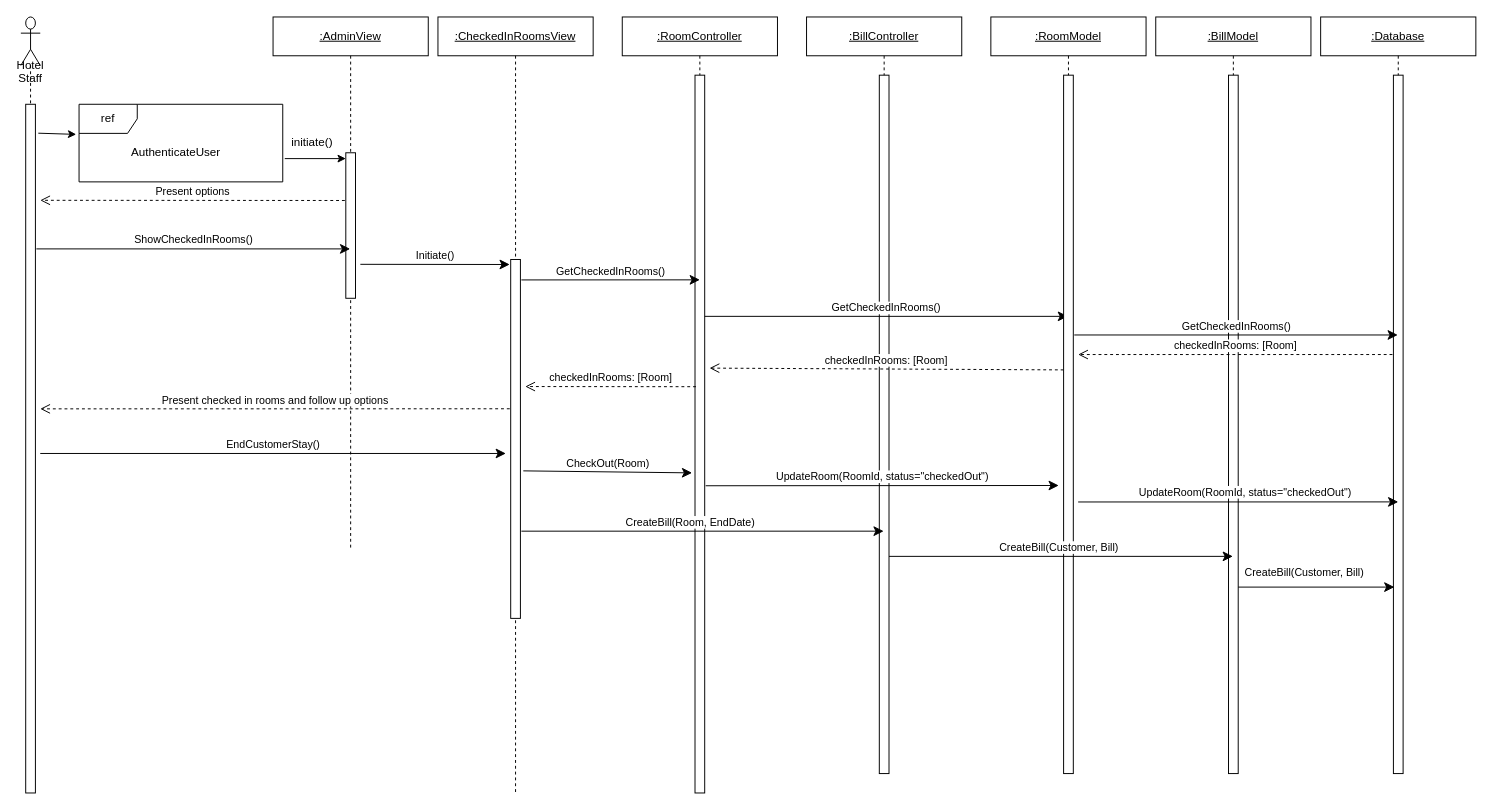
mclhtay/CS4471 keeps this draw.io diagram as Diagrams/Sequence/EndCustomerStay.drawio. Above is the earlier version. Source tidied: cells renumbered, new cells numbered last; positions are measured from the earlier drawing's top-left corner, leaving out a move shared by most shapes. Both pictures are drawn from the tidied source at 97%, with x=0, y=0 at pixel (20, 16).
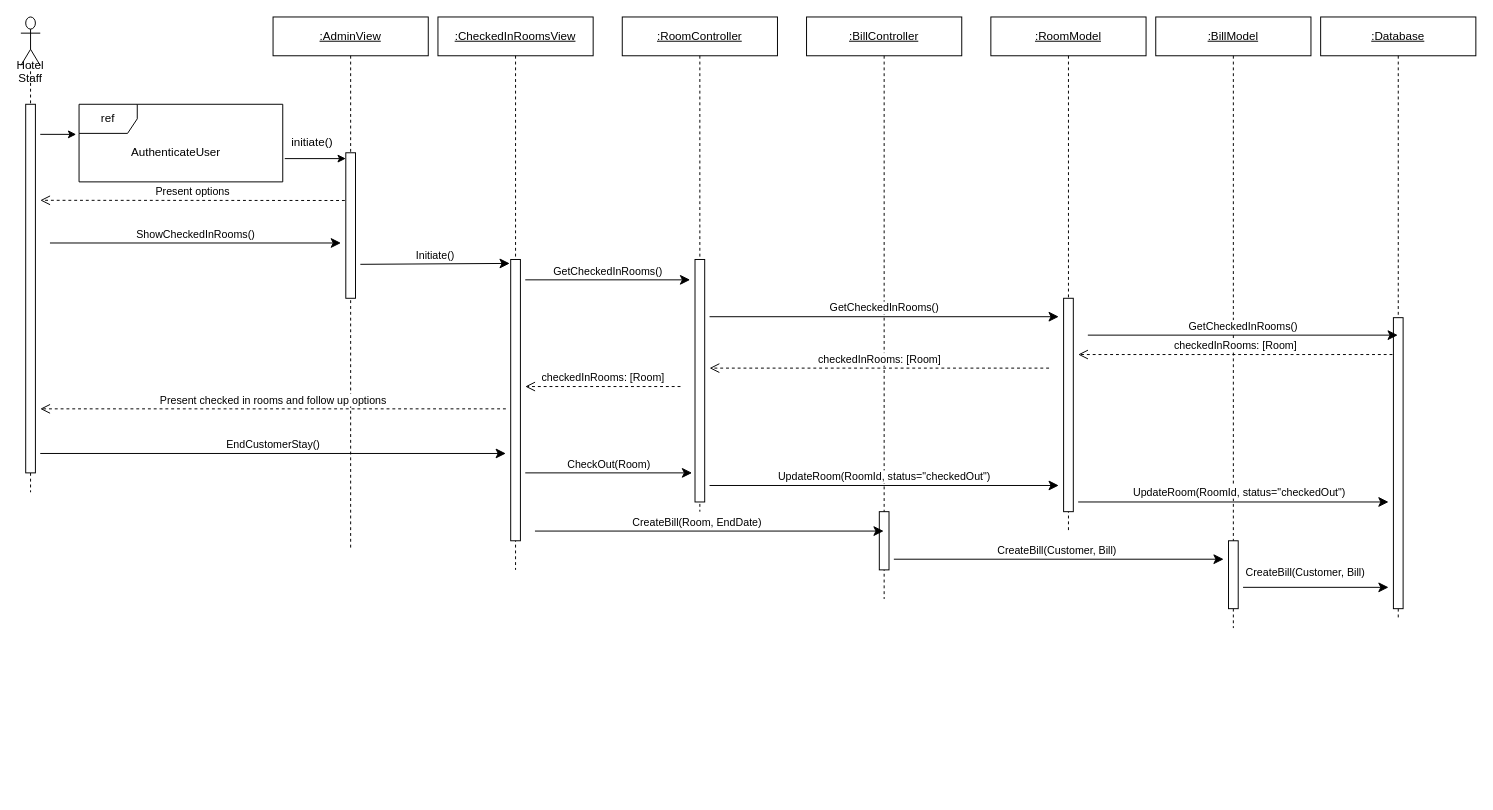
Above is the later version.

The change refers to these unchanged cells:
```xml
<mxCell id="12" value="&lt;u&gt;:AdminView&lt;/u&gt;" style="shape=umlLifeline;perimeter=lifelinePerimeter;whiteSpace=wrap;html=1;outlineConnect=0;" parent="1" vertex="1">
  <mxGeometry x="260" width="160" height="550" as="geometry" />
</mxCell>
<mxCell id="36" value="ref" style="shape=umlFrame;whiteSpace=wrap;html=1;" parent="1" vertex="1">
  <mxGeometry x="60" y="90" width="210" height="80" as="geometry" />
</mxCell>
```

What changed in the source:
```diff
@@
     <mxCell id="2" value="Hotel Staff" style="shape=umlLifeline;participant=umlActor;perimeter=lifelinePerimeter;whiteSpace=wrap;html=1;verticalAlign=top;spacingTop=36;size=50;" parent="1" vertex="1">
-      <mxGeometry width="20" height="800" as="geometry" />
+      <mxGeometry width="20" height="490" as="geometry" />
     </mxCell>
     <mxCell id="3" style="html=1;points=[];perimeter=orthogonalPerimeter;" parent="2" vertex="1">
-      <mxGeometry x="5" y="90" width="10" height="710" as="geometry" />
+      <mxGeometry x="5" y="90" width="10" height="380" as="geometry" />
     </mxCell>
     <mxCell id="4" value="&lt;u&gt;:CheckedInRoomsView&lt;/u&gt;" style="shape=umlLifeline;perimeter=lifelinePerimeter;whiteSpace=wrap;html=1;" parent="1" vertex="1">
-      <mxGeometry x="430" width="160" height="800" as="geometry" />
+      <mxGeometry x="430" width="160" height="570" as="geometry" />
     </mxCell>
     <mxCell id="5" style="html=1;points=[];perimeter=orthogonalPerimeter;" parent="4" vertex="1">
-      <mxGeometry x="75" y="250" width="10" height="370" as="geometry" />
+      <mxGeometry x="75" y="250" width="10" height="290" as="geometry" />
     </mxCell>
     <mxCell id="6" value="&lt;u&gt;:RoomController&lt;/u&gt;" style="shape=umlLifeline;perimeter=lifelinePerimeter;whiteSpace=wrap;html=1;" parent="1" vertex="1">
-      <mxGeometry x="620" width="160" height="800" as="geometry" />
+      <mxGeometry x="620" width="160" height="510" as="geometry" />
     </mxCell>
     <mxCell id="7" style="html=1;points=[];perimeter=orthogonalPerimeter;" parent="6" vertex="1">
-      <mxGeometry x="75" y="60" width="10" height="740" as="geometry" />
+      <mxGeometry x="75" y="250" width="10" height="250" as="geometry" />
     </mxCell>
     <mxCell id="8" value="&lt;u&gt;:BillController&lt;/u&gt;" style="shape=umlLifeline;perimeter=lifelinePerimeter;whiteSpace=wrap;html=1;outlineConnect=0;" parent="1" vertex="1">
-      <mxGeometry x="810" width="160" height="780" as="geometry" />
+      <mxGeometry x="810" width="160" height="600" as="geometry" />
     </mxCell>
     <mxCell id="9" style="html=1;points=[];perimeter=orthogonalPerimeter;" parent="8" vertex="1">
-      <mxGeometry x="75" y="60" width="10" height="720" as="geometry" />
+      <mxGeometry x="75" y="510" width="10" height="60" as="geometry" />
     </mxCell>
     <mxCell id="10" value="&lt;u&gt;:Database&lt;/u&gt;" style="shape=umlLifeline;perimeter=lifelinePerimeter;whiteSpace=wrap;html=1;outlineConnect=0;" parent="1" vertex="1">
-      <mxGeometry x="1340" width="160" height="780" as="geometry" />
+      <mxGeometry x="1340" width="160" height="620" as="geometry" />
     </mxCell>
     <mxCell id="11" style="html=1;points=[];perimeter=orthogonalPerimeter;" parent="10" vertex="1">
-      <mxGeometry x="75" y="60" width="10" height="720" as="geometry" />
+      <mxGeometry x="75" y="310" width="10" height="300" as="geometry" />
     </mxCell>
@@
-    <mxCell id="15" value="ShowCheckedInRooms()" style="html=1;verticalAlign=bottom;endArrow=classic;endSize=8;endFill=1;exitX=1.1;exitY=0.21;exitDx=0;exitDy=0;exitPerimeter=0;" parent="1" edge="1" source="3" target="12">
-      <mxGeometry relative="1" as="geometry" />
+    <mxCell id="15" value="ShowCheckedInRooms()" style="html=1;verticalAlign=bottom;endArrow=classic;endSize=8;endFill=1;" parent="1" edge="1">
+      <mxGeometry relative="1" as="geometry">
+        <mxPoint x="30" y="233" as="sourcePoint" />
+        <mxPoint x="330" y="233" as="targetPoint" />
+      </mxGeometry>
     </mxCell>
@@
-    <mxCell id="17" value="GetCheckedInRooms()" style="html=1;verticalAlign=bottom;endArrow=classic;endSize=8;endFill=1;exitX=1.1;exitY=0.057;exitDx=0;exitDy=0;exitPerimeter=0;" parent="1" edge="1" source="5">
+    <mxCell id="17" value="GetCheckedInRooms()" style="html=1;verticalAlign=bottom;endArrow=classic;endSize=8;endFill=1;" parent="1" edge="1">
       <mxGeometry relative="1" as="geometry">
-        <mxPoint x="700" y="271" as="targetPoint" />
+        <mxPoint x="520" y="271" as="sourcePoint" />
+        <mxPoint x="690" y="271" as="targetPoint" />
       </mxGeometry>
     </mxCell>
-    <mxCell id="18" value="GetCheckedInRooms()" style="html=1;verticalAlign=bottom;endArrow=classic;endSize=8;endFill=1;exitX=1;exitY=0.336;exitDx=0;exitDy=0;exitPerimeter=0;" parent="1" edge="1" source="7" target="26">
-      <mxGeometry relative="1" as="geometry" />
+    <mxCell id="18" value="GetCheckedInRooms()" style="html=1;verticalAlign=bottom;endArrow=classic;endSize=8;endFill=1;" parent="1" edge="1">
+      <mxGeometry relative="1" as="geometry">
+        <mxPoint x="710" y="309" as="sourcePoint" />
+        <mxPoint x="1070" y="309" as="targetPoint" />
+      </mxGeometry>
     </mxCell>
-    <mxCell id="19" value="checkedInRooms: [Room]" style="html=1;verticalAlign=bottom;endArrow=open;dashed=1;endSize=8;exitX=0;exitY=0.422;exitDx=0;exitDy=0;exitPerimeter=0;" parent="1" edge="1" source="27">
+    <mxCell id="19" value="checkedInRooms: [Room]" style="html=1;verticalAlign=bottom;endArrow=open;dashed=1;endSize=8;" parent="1" edge="1">
       <mxGeometry relative="1" as="geometry">
+        <mxPoint x="1060" y="362" as="sourcePoint" />
         <mxPoint x="710" y="362" as="targetPoint" />
       </mxGeometry>
     </mxCell>
-    <mxCell id="20" value="checkedInRooms: [Room]" style="html=1;verticalAlign=bottom;endArrow=open;dashed=1;endSize=8;exitX=0.1;exitY=0.434;exitDx=0;exitDy=0;exitPerimeter=0;" parent="1" edge="1" source="7">
+    <mxCell id="20" value="checkedInRooms: [Room]" style="html=1;verticalAlign=bottom;endArrow=open;dashed=1;endSize=8;" parent="1" edge="1">
       <mxGeometry relative="1" as="geometry">
+        <mxPoint x="680" y="381" as="sourcePoint" />
         <mxPoint x="520" y="381" as="targetPoint" />
       </mxGeometry>
     </mxCell>
-    <mxCell id="21" value="Present checked in rooms and follow up options" style="html=1;verticalAlign=bottom;endArrow=open;dashed=1;endSize=8;exitX=-0.1;exitY=0.416;exitDx=0;exitDy=0;exitPerimeter=0;" parent="1" edge="1" source="5">
+    <mxCell id="21" value="Present checked in rooms and follow up options" style="html=1;verticalAlign=bottom;endArrow=open;dashed=1;endSize=8;" parent="1" edge="1">
       <mxGeometry relative="1" as="geometry">
+        <mxPoint x="500" y="404" as="sourcePoint" />
         <mxPoint x="20" y="404" as="targetPoint" />
       </mxGeometry>
     </mxCell>
@@
-    <mxCell id="23" value="CheckOut(Room)" style="html=1;verticalAlign=bottom;endArrow=classic;endSize=8;endFill=1;exitX=1.3;exitY=0.589;exitDx=0;exitDy=0;exitPerimeter=0;" parent="1" edge="1" source="5">
+    <mxCell id="23" value="CheckOut(Room)" style="html=1;verticalAlign=bottom;endArrow=classic;endSize=8;endFill=1;" parent="1" edge="1">
       <mxGeometry relative="1" as="geometry">
+        <mxPoint x="520" y="470" as="sourcePoint" />
         <mxPoint x="692" y="470" as="targetPoint" />
       </mxGeometry>
     </mxCell>
-    <mxCell id="24" value="UpdateRoom(RoomId, status=&quot;checkedOut&quot;)" style="html=1;verticalAlign=bottom;endArrow=classic;endSize=8;endFill=1;exitX=1.1;exitY=0.572;exitDx=0;exitDy=0;exitPerimeter=0;" parent="1" edge="1" source="7">
+    <mxCell id="24" value="UpdateRoom(RoomId, status=&quot;checkedOut&quot;)" style="html=1;verticalAlign=bottom;endArrow=classic;endSize=8;endFill=1;" parent="1" edge="1">
       <mxGeometry relative="1" as="geometry">
+        <mxPoint x="710" y="483" as="sourcePoint" />
         <mxPoint x="1070" y="483" as="targetPoint" />
       </mxGeometry>
     </mxCell>
-    <mxCell id="25" value="CreateBill(Room, EndDate)" style="html=1;verticalAlign=bottom;endArrow=classic;endSize=8;endFill=1;exitX=1.1;exitY=0.757;exitDx=0;exitDy=0;exitPerimeter=0;" parent="1" edge="1" source="5" target="8">
-      <mxGeometry x="-0.07" relative="1" as="geometry" />
+    <mxCell id="25" value="CreateBill(Room, EndDate)" style="html=1;verticalAlign=bottom;endArrow=classic;endSize=8;endFill=1;" parent="1" edge="1" target="8">
+      <mxGeometry x="-0.07" relative="1" as="geometry">
+        <mxPoint x="530" y="530" as="sourcePoint" />
+      </mxGeometry>
     </mxCell>
     <mxCell id="26" value="&lt;u&gt;:RoomModel&lt;/u&gt;" style="shape=umlLifeline;perimeter=lifelinePerimeter;whiteSpace=wrap;html=1;outlineConnect=0;" parent="1" vertex="1">
-      <mxGeometry x="1000" width="160" height="780" as="geometry" />
+      <mxGeometry x="1000" width="160" height="530" as="geometry" />
     </mxCell>
     <mxCell id="27" style="html=1;points=[];perimeter=orthogonalPerimeter;" parent="26" vertex="1">
-      <mxGeometry x="75" y="60" width="10" height="720" as="geometry" />
+      <mxGeometry x="75" y="290" width="10" height="220" as="geometry" />
     </mxCell>
     <mxCell id="28" value="&lt;u&gt;:BillModel&lt;/u&gt;" style="shape=umlLifeline;perimeter=lifelinePerimeter;whiteSpace=wrap;html=1;outlineConnect=0;" parent="1" vertex="1">
-      <mxGeometry x="1170" width="160" height="780" as="geometry" />
+      <mxGeometry x="1170" width="160" height="630" as="geometry" />
     </mxCell>
     <mxCell id="29" style="html=1;points=[];perimeter=orthogonalPerimeter;" parent="28" vertex="1">
-      <mxGeometry x="75" y="60" width="10" height="720" as="geometry" />
+      <mxGeometry x="75" y="540" width="10" height="70" as="geometry" />
     </mxCell>
-    <mxCell id="30" value="GetCheckedInRooms()" style="html=1;verticalAlign=bottom;endArrow=classic;endSize=8;endFill=1;exitX=1.1;exitY=0.372;exitDx=0;exitDy=0;exitPerimeter=0;" parent="1" edge="1" source="27" target="10">
-      <mxGeometry relative="1" as="geometry" />
+    <mxCell id="30" value="GetCheckedInRooms()" style="html=1;verticalAlign=bottom;endArrow=classic;endSize=8;endFill=1;" parent="1" edge="1" target="10">
+      <mxGeometry relative="1" as="geometry">
+        <mxPoint x="1100" y="328" as="sourcePoint" />
+      </mxGeometry>
     </mxCell>
-    <mxCell id="31" value="checkedInRooms: [Room]" style="html=1;verticalAlign=bottom;endArrow=open;dashed=1;endSize=8;exitX=-0.1;exitY=0.4;exitDx=0;exitDy=0;exitPerimeter=0;" parent="1" edge="1" source="11">
+    <mxCell id="31" value="checkedInRooms: [Room]" style="html=1;verticalAlign=bottom;endArrow=open;dashed=1;endSize=8;" parent="1" edge="1">
       <mxGeometry relative="1" as="geometry">
+        <mxPoint x="1414" y="348" as="sourcePoint" />
         <mxPoint x="1090" y="348" as="targetPoint" />
       </mxGeometry>
     </mxCell>
-    <mxCell id="32" value="UpdateRoom(RoomId, status=&quot;checkedOut&quot;)" style="html=1;verticalAlign=bottom;endArrow=classic;endSize=8;endFill=1;entryX=0.5;entryY=0.611;entryDx=0;entryDy=0;entryPerimeter=0;" parent="1" edge="1" target="11">
+    <mxCell id="32" value="UpdateRoom(RoomId, status=&quot;checkedOut&quot;)" style="html=1;verticalAlign=bottom;endArrow=classic;endSize=8;endFill=1;" parent="1" edge="1">
       <mxGeometry x="0.04" y="1" relative="1" as="geometry">
         <mxPoint x="1090" y="500" as="sourcePoint" />
+        <mxPoint x="1410" y="500" as="targetPoint" />
       </mxGeometry>
     </mxCell>
-    <mxCell id="33" value="CreateBill(Customer, Bill)" style="html=1;verticalAlign=bottom;endArrow=classic;endSize=8;endFill=1;exitX=1;exitY=0.689;exitDx=0;exitDy=0;exitPerimeter=0;" parent="1" edge="1" source="9" target="28">
-      <mxGeometry x="-0.01" relative="1" as="geometry" />
+    <mxCell id="33" value="CreateBill(Customer, Bill)" style="html=1;verticalAlign=bottom;endArrow=classic;endSize=8;endFill=1;" parent="1" edge="1">
+      <mxGeometry x="-0.01" relative="1" as="geometry">
+        <mxPoint x="900" y="559" as="sourcePoint" />
+        <mxPoint x="1240" y="559" as="targetPoint" />
+      </mxGeometry>
     </mxCell>
-    <mxCell id="34" value="CreateBill(Customer, Bill)" style="html=1;verticalAlign=bottom;endArrow=classic;endSize=8;endFill=1;entryX=0.1;entryY=0.733;entryDx=0;entryDy=0;entryPerimeter=0;exitX=1;exitY=0.733;exitDx=0;exitDy=0;exitPerimeter=0;" parent="1" edge="1" source="29" target="11">
-      <mxGeometry x="-0.15" y="6" relative="1" as="geometry" />
+    <mxCell id="34" value="CreateBill(Customer, Bill)" style="html=1;verticalAlign=bottom;endArrow=classic;endSize=8;endFill=1;" parent="1" edge="1">
+      <mxGeometry x="-0.15" y="6" relative="1" as="geometry">
+        <mxPoint x="1260" y="588" as="sourcePoint" />
+        <mxPoint x="1410" y="588" as="targetPoint" />
+      </mxGeometry>
     </mxCell>
-    <mxCell id="35" style="endArrow=classic;html=1;exitX=1.3;exitY=0.042;exitDx=0;exitDy=0;exitPerimeter=0;entryX=-0.014;entryY=0.388;entryDx=0;entryDy=0;entryPerimeter=0;" parent="1" edge="1" source="3" target="36">
-      <mxGeometry relative="1" as="geometry" />
+    <mxCell id="35" style="endArrow=classic;html=1;entryX=-0.014;entryY=0.388;entryDx=0;entryDy=0;entryPerimeter=0;" parent="1" edge="1" target="36">
+      <mxGeometry relative="1" as="geometry">
+        <mxPoint x="20" y="121" as="sourcePoint" />
+      </mxGeometry>
     </mxCell>
```
